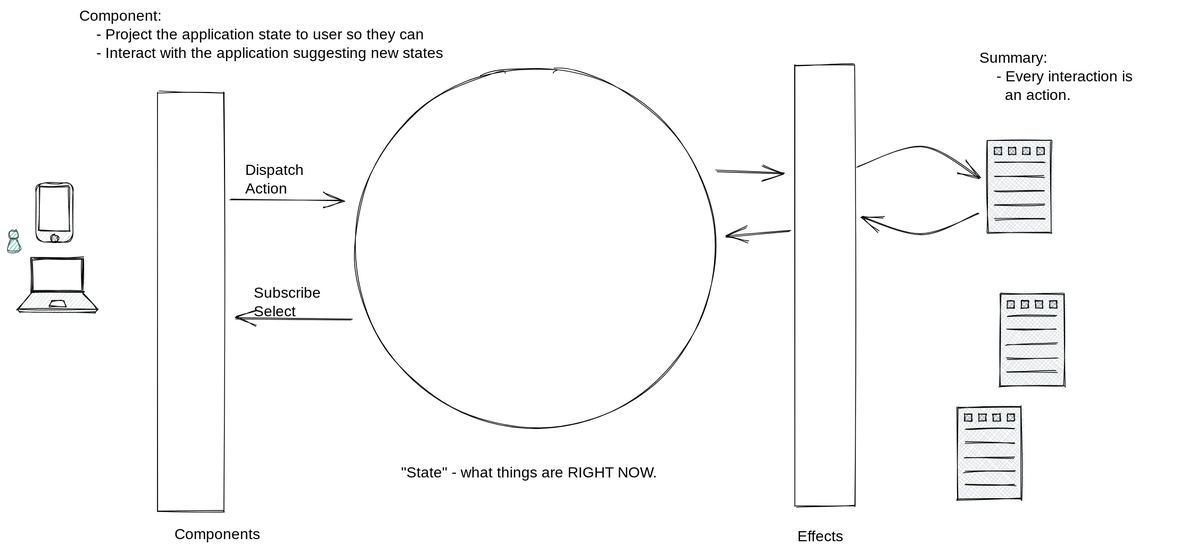
Before: static/img/angular-architecture.excalidraw.svg, a diagram exported from Excalidraw (JeffryGonzalez/developer-notes). Source tidied: one line per element, renumbered; positions are measured from the earlier drawing's top-left corner, leaving out a move shared by most shapes. Its diagram source:
```json
{"id": 0, "type": "ellipse", "strokeColor": "#000000", "strokeWidth": 1, "roughness": 1, "x": 466, "y": 81, "width": 484, "height": 484}
{"id": 1, "type": "text", "text": "\"State\" - what things are RIGHT NOW.\n", "strokeColor": "#000000", "strokeWidth": 1, "roughness": 1, "fontSize": 20, "fontFamily": 1, "x": 528, "y": 613, "width": 392, "height": 50}
{"id": 2, "type": "ellipse", "strokeColor": "#495057", "backgroundColor": "#12b886", "fillStyle": "hachure", "strokeWidth": 1, "roughness": 1, "x": 2, "y": 299, "width": 12, "height": 12}
{"id": 3, "type": "line", "strokeColor": "#495057", "backgroundColor": "#12b886", "fillStyle": "hachure", "strokeWidth": 1, "roughness": 1, "x": 8, "y": 311, "width": 16, "height": 16, "points": [[0, 0], [4, 0], [8, 16], [-8, 16], [-4, 0], [0, 0]]}
{"id": 4, "type": "rectangle", "strokeColor": "#000000", "backgroundColor": "#ced4da", "fillStyle": "hachure", "strokeWidth": 1, "roughness": 1, "x": 37, "y": 236, "width": 50, "height": 80}
{"id": 5, "type": "rectangle", "strokeColor": "#000000", "backgroundColor": "#ffffff", "fillStyle": "solid", "strokeWidth": 1, "roughness": 1, "x": 42, "y": 240, "width": 40, "height": 60}
{"id": 6, "type": "ellipse", "strokeColor": "#000000", "backgroundColor": "#868e96", "fillStyle": "cross-hatch", "strokeWidth": 1, "roughness": 1, "x": 57, "y": 305, "width": 10, "height": 10}
{"id": 7, "type": "rectangle", "strokeColor": "#000000", "backgroundColor": "#ced4da", "fillStyle": "hachure", "strokeWidth": 1, "roughness": 1, "x": 32, "y": 336, "width": 69, "height": 46}
{"id": 8, "type": "line", "strokeColor": "#000000", "backgroundColor": "#ced4da", "fillStyle": "hachure", "strokeWidth": 1, "roughness": 1, "x": 32, "y": 383, "width": 108, "height": 27, "points": [[0, 0], [-19, 23], [-16, 27], [85, 27], [89, 23], [69, 0], [0, 0]]}
{"id": 9, "type": "rectangle", "strokeColor": "#000000", "backgroundColor": "#fff", "fillStyle": "solid", "strokeWidth": 1, "roughness": 1, "x": 33, "y": 338, "width": 66, "height": 43}
{"id": 10, "type": "line", "strokeColor": "#000000", "backgroundColor": "#fff", "fillStyle": "solid", "strokeWidth": 1, "roughness": 1, "x": 59, "y": 394, "width": 23, "height": 8, "points": [[0, 0], [-4, 8], [19, 8], [15, 0], [0, 0]]}
{"id": 11, "type": "line", "strokeColor": "#000000", "backgroundColor": "#fff", "fillStyle": "solid", "strokeWidth": 1, "roughness": 1, "x": 13, "y": 406, "width": 108, "height": 0, "points": [[0, 0], [108, 0]]}
{"id": 12, "type": "rectangle", "strokeColor": "#000000", "strokeWidth": 1, "roughness": 1, "x": 201, "y": 114, "width": 89, "height": 563}
{"id": 13, "type": "text", "text": "Component:\n    - Project the application state to user so they can \n    - Interact with the application suggesting new states", "strokeColor": "#000000", "strokeWidth": 1, "roughness": 1, "fontSize": 20, "fontFamily": 1, "x": 96, "y": 0, "width": 578, "height": 75}
{"id": 14, "type": "arrow", "strokeColor": "#000000", "strokeWidth": 1, "roughness": 1, "endArrowhead": "arrow", "from": 12, "to": 0, "x": 299, "y": 258, "width": 151, "height": 2, "points": [[0, 0], [151, 2]]}
{"id": 15, "type": "text", "text": "Dispatch \nAction", "strokeColor": "#000000", "strokeWidth": 1, "roughness": 1, "fontSize": 20, "fontFamily": 1, "x": 319, "y": 207, "width": 96, "height": 50}
{"id": 16, "type": "text", "text": "Summary:\n    - Every interaction is \n      an action.", "strokeColor": "#000000", "strokeWidth": 1, "roughness": 1, "fontSize": 20, "fontFamily": 1, "x": 1304, "y": 56, "width": 261, "height": 75}
{"id": 17, "type": "arrow", "strokeColor": "#000000", "strokeWidth": 1, "roughness": 1, "endArrowhead": "arrow", "from": 0, "to": 12, "x": 462, "y": 420, "width": 157, "height": 2, "points": [[0, 0], [-157, -2]]}
{"id": 18, "type": "text", "text": "Subscribe\nSelect", "strokeColor": "#000000", "strokeWidth": 1, "roughness": 1, "fontSize": 20, "fontFamily": 1, "x": 330, "y": 372, "width": 90, "height": 50}
{"id": 19, "type": "rectangle", "strokeColor": "#000000", "strokeWidth": 1, "roughness": 1, "x": 1057, "y": 77, "width": 80, "height": 593}
{"id": 20, "type": "rectangle", "strokeColor": "#000000", "backgroundColor": "#ced4da", "fillStyle": "cross-hatch", "strokeWidth": 1, "roughness": 1, "x": 1315, "y": 178, "width": 86, "height": 124}
{"id": 21, "type": "line", "strokeColor": "#000000", "backgroundColor": "#ced4da", "fillStyle": "cross-hatch", "strokeWidth": 1, "roughness": 1, "x": 1324, "y": 208, "width": 67, "height": 1, "points": [[0, 0], [67, -1]]}
{"id": 22, "type": "line", "strokeColor": "#000000", "backgroundColor": "#ced4da", "fillStyle": "cross-hatch", "strokeWidth": 1, "roughness": 1, "x": 1325, "y": 227, "width": 66, "height": 1, "points": [[0, 0], [66, -1]]}
{"id": 23, "type": "line", "strokeColor": "#000000", "backgroundColor": "#ced4da", "fillStyle": "cross-hatch", "strokeWidth": 1, "roughness": 1, "x": 1324, "y": 265, "width": 67, "height": 1, "points": [[0, 0], [67, -1]]}
{"id": 24, "type": "line", "strokeColor": "#000000", "backgroundColor": "#ced4da", "fillStyle": "cross-hatch", "strokeWidth": 1, "roughness": 1, "x": 1324, "y": 247, "width": 67, "height": 1, "points": [[0, 0], [67, -1]]}
{"id": 25, "type": "line", "strokeColor": "#000000", "backgroundColor": "#ced4da", "fillStyle": "cross-hatch", "strokeWidth": 1, "roughness": 1, "x": 1325, "y": 284, "width": 67, "height": 1, "points": [[0, 0], [67, -1]]}
{"id": 26, "type": "rectangle", "strokeColor": "#000000", "backgroundColor": "#868e96", "fillStyle": "cross-hatch", "strokeWidth": 1, "roughness": 1, "x": 1324, "y": 188, "width": 10, "height": 10}
{"id": 27, "type": "rectangle", "strokeColor": "#000000", "backgroundColor": "#868e96", "fillStyle": "cross-hatch", "strokeWidth": 1, "roughness": 1, "x": 1343, "y": 188, "width": 10, "height": 10}
{"id": 28, "type": "rectangle", "strokeColor": "#000000", "backgroundColor": "#868e96", "fillStyle": "cross-hatch", "strokeWidth": 1, "roughness": 1, "x": 1362, "y": 188, "width": 10, "height": 10}
{"id": 29, "type": "rectangle", "strokeColor": "#000000", "backgroundColor": "#868e96", "fillStyle": "cross-hatch", "strokeWidth": 1, "roughness": 1, "x": 1381, "y": 188, "width": 10, "height": 10}
{"id": 30, "type": "rectangle", "strokeColor": "#000000", "backgroundColor": "#ced4da", "fillStyle": "cross-hatch", "strokeWidth": 1, "roughness": 1, "x": 1332, "y": 384, "width": 86, "height": 124}
{"id": 31, "type": "line", "strokeColor": "#000000", "backgroundColor": "#ced4da", "fillStyle": "cross-hatch", "strokeWidth": 1, "roughness": 1, "x": 1341, "y": 414, "width": 67, "height": 1, "points": [[0, 0], [67, -1]]}
{"id": 32, "type": "line", "strokeColor": "#000000", "backgroundColor": "#ced4da", "fillStyle": "cross-hatch", "strokeWidth": 1, "roughness": 1, "x": 1342, "y": 433, "width": 66, "height": 1, "points": [[0, 0], [66, -1]]}
{"id": 33, "type": "line", "strokeColor": "#000000", "backgroundColor": "#ced4da", "fillStyle": "cross-hatch", "strokeWidth": 1, "roughness": 1, "x": 1341, "y": 471, "width": 67, "height": 1, "points": [[0, 0], [67, -1]]}
{"id": 34, "type": "line", "strokeColor": "#000000", "backgroundColor": "#ced4da", "fillStyle": "cross-hatch", "strokeWidth": 1, "roughness": 1, "x": 1341, "y": 453, "width": 67, "height": 1, "points": [[0, 0], [67, -1]]}
{"id": 35, "type": "line", "strokeColor": "#000000", "backgroundColor": "#ced4da", "fillStyle": "cross-hatch", "strokeWidth": 1, "roughness": 1, "x": 1342, "y": 490, "width": 67, "height": 1, "points": [[0, 0], [67, -1]]}
{"id": 36, "type": "rectangle", "strokeColor": "#000000", "backgroundColor": "#868e96", "fillStyle": "cross-hatch", "strokeWidth": 1, "roughness": 1, "x": 1341, "y": 394, "width": 10, "height": 10}
{"id": 37, "type": "rectangle", "strokeColor": "#000000", "backgroundColor": "#868e96", "fillStyle": "cross-hatch", "strokeWidth": 1, "roughness": 1, "x": 1360, "y": 394, "width": 10, "height": 10}
{"id": 38, "type": "rectangle", "strokeColor": "#000000", "backgroundColor": "#868e96", "fillStyle": "cross-hatch", "strokeWidth": 1, "roughness": 1, "x": 1379, "y": 394, "width": 10, "height": 10}
{"id": 39, "type": "rectangle", "strokeColor": "#000000", "backgroundColor": "#868e96", "fillStyle": "cross-hatch", "strokeWidth": 1, "roughness": 1, "x": 1398, "y": 394, "width": 10, "height": 10}
{"id": 40, "type": "rectangle", "strokeColor": "#000000", "backgroundColor": "#ced4da", "fillStyle": "cross-hatch", "strokeWidth": 1, "roughness": 1, "x": 1275, "y": 536, "width": 86, "height": 124}
{"id": 41, "type": "line", "strokeColor": "#000000", "backgroundColor": "#ced4da", "fillStyle": "cross-hatch", "strokeWidth": 1, "roughness": 1, "x": 1284, "y": 566, "width": 67, "height": 1, "points": [[0, 0], [67, -1]]}
{"id": 42, "type": "line", "strokeColor": "#000000", "backgroundColor": "#ced4da", "fillStyle": "cross-hatch", "strokeWidth": 1, "roughness": 1, "x": 1285, "y": 585, "width": 66, "height": 1, "points": [[0, 0], [66, -1]]}
{"id": 43, "type": "line", "strokeColor": "#000000", "backgroundColor": "#ced4da", "fillStyle": "cross-hatch", "strokeWidth": 1, "roughness": 1, "x": 1284, "y": 623, "width": 67, "height": 1, "points": [[0, 0], [67, -1]]}
{"id": 44, "type": "line", "strokeColor": "#000000", "backgroundColor": "#ced4da", "fillStyle": "cross-hatch", "strokeWidth": 1, "roughness": 1, "x": 1284, "y": 605, "width": 67, "height": 1, "points": [[0, 0], [67, -1]]}
{"id": 45, "type": "line", "strokeColor": "#000000", "backgroundColor": "#ced4da", "fillStyle": "cross-hatch", "strokeWidth": 1, "roughness": 1, "x": 1285, "y": 642, "width": 67, "height": 1, "points": [[0, 0], [67, -1]]}
{"id": 46, "type": "rectangle", "strokeColor": "#000000", "backgroundColor": "#868e96", "fillStyle": "cross-hatch", "strokeWidth": 1, "roughness": 1, "x": 1284, "y": 546, "width": 10, "height": 10}
{"id": 47, "type": "rectangle", "strokeColor": "#000000", "backgroundColor": "#868e96", "fillStyle": "cross-hatch", "strokeWidth": 1, "roughness": 1, "x": 1303, "y": 546, "width": 10, "height": 10}
{"id": 48, "type": "rectangle", "strokeColor": "#000000", "backgroundColor": "#868e96", "fillStyle": "cross-hatch", "strokeWidth": 1, "roughness": 1, "x": 1322, "y": 546, "width": 10, "height": 10}
{"id": 49, "type": "rectangle", "strokeColor": "#000000", "backgroundColor": "#868e96", "fillStyle": "cross-hatch", "strokeWidth": 1, "roughness": 1, "x": 1341, "y": 546, "width": 10, "height": 10}
{"id": 50, "type": "text", "text": "Components", "strokeColor": "#000000", "strokeWidth": 1, "roughness": 1, "fontSize": 20, "fontFamily": 1, "x": 224, "y": 696, "width": 111, "height": 25}
{"id": 51, "type": "text", "text": "Effects", "strokeColor": "#000000", "strokeWidth": 1, "roughness": 1, "fontSize": 20, "fontFamily": 1, "x": 1060, "y": 699, "width": 78, "height": 25}
{"id": 52, "type": "arrow", "strokeColor": "#000000", "strokeWidth": 1, "roughness": 1, "endArrowhead": "arrow", "from": 19, "to": 20, "x": 1140, "y": 215, "width": 166, "height": 40, "points": [[0, 0], [88, -28], [166, 13]]}
{"id": 53, "type": "arrow", "strokeColor": "#000000", "strokeWidth": 1, "roughness": 1, "endArrowhead": "arrow", "from": 20, "to": 19, "x": 1304, "y": 276, "width": 157, "height": 28, "points": [[0, 0], [-78, 28], [-157, 6]]}
{"id": 54, "type": "arrow", "strokeColor": "#000000", "strokeWidth": 1, "roughness": 1, "endArrowhead": "arrow", "from": 0, "to": 19, "x": 951, "y": 219, "width": 91, "height": 4, "points": [[0, 0], [91, 4]]}
{"id": 55, "type": "arrow", "strokeColor": "#000000", "strokeWidth": 1, "roughness": 1, "endArrowhead": "arrow", "from": 19, "to": 0, "x": 1050, "y": 301, "width": 86, "height": 7, "points": [[0, 0], [-86, 7]]}
```
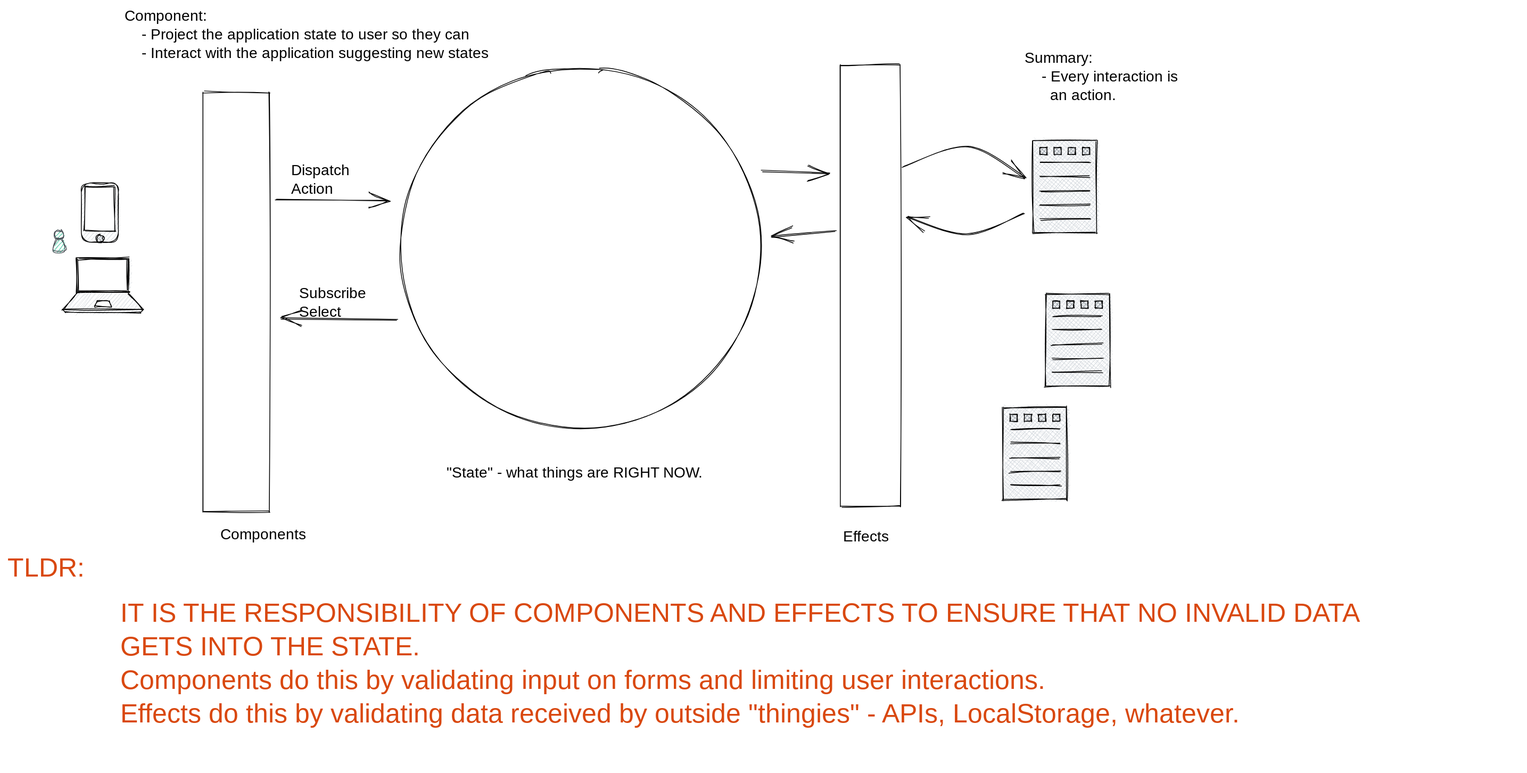
Later version of the same file.

Diff of the diagram source:
```diff
@@ -54,3 +54,5 @@
 {"id": 53, "type": "arrow", "strokeColor": "#000000", "strokeWidth": 1, "roughness": 1, "endArrowhead": "arrow", "from": 20, "to": 19, "x": 1304, "y": 276, "width": 157, "height": 28, "points": [[0, 0], [-78, 28], [-157, 6]]}
 {"id": 54, "type": "arrow", "strokeColor": "#000000", "strokeWidth": 1, "roughness": 1, "endArrowhead": "arrow", "from": 0, "to": 19, "x": 951, "y": 219, "width": 91, "height": 4, "points": [[0, 0], [91, 4]]}
 {"id": 55, "type": "arrow", "strokeColor": "#000000", "strokeWidth": 1, "roughness": 1, "endArrowhead": "arrow", "from": 19, "to": 0, "x": 1050, "y": 301, "width": 86, "height": 7, "points": [[0, 0], [-86, 7]]}
+{"id": 56, "type": "text", "text": "IT IS THE RESPONSIBILITY OF COMPONENTS AND EFFECTS TO ENSURE THAT NO INVALID DATA \nGETS INTO THE STATE.\nComponents do this by validating input on forms and limiting user interactions.\nEffects do this by validating data received by outside \"thingies\" - APIs, LocalStorage, whatever.\n", "strokeColor": "#d9480f", "strokeWidth": 1, "roughness": 1, "fontSize": 36, "fontFamily": 1, "x": 90, "y": 792, "width": 1878, "height": 225}
+{"id": 57, "type": "text", "text": "TLDR:", "strokeColor": "#d9480f", "strokeWidth": 1, "roughness": 1, "fontSize": 36, "fontFamily": 1, "x": -62, "y": 732, "width": 114, "height": 45}
```
